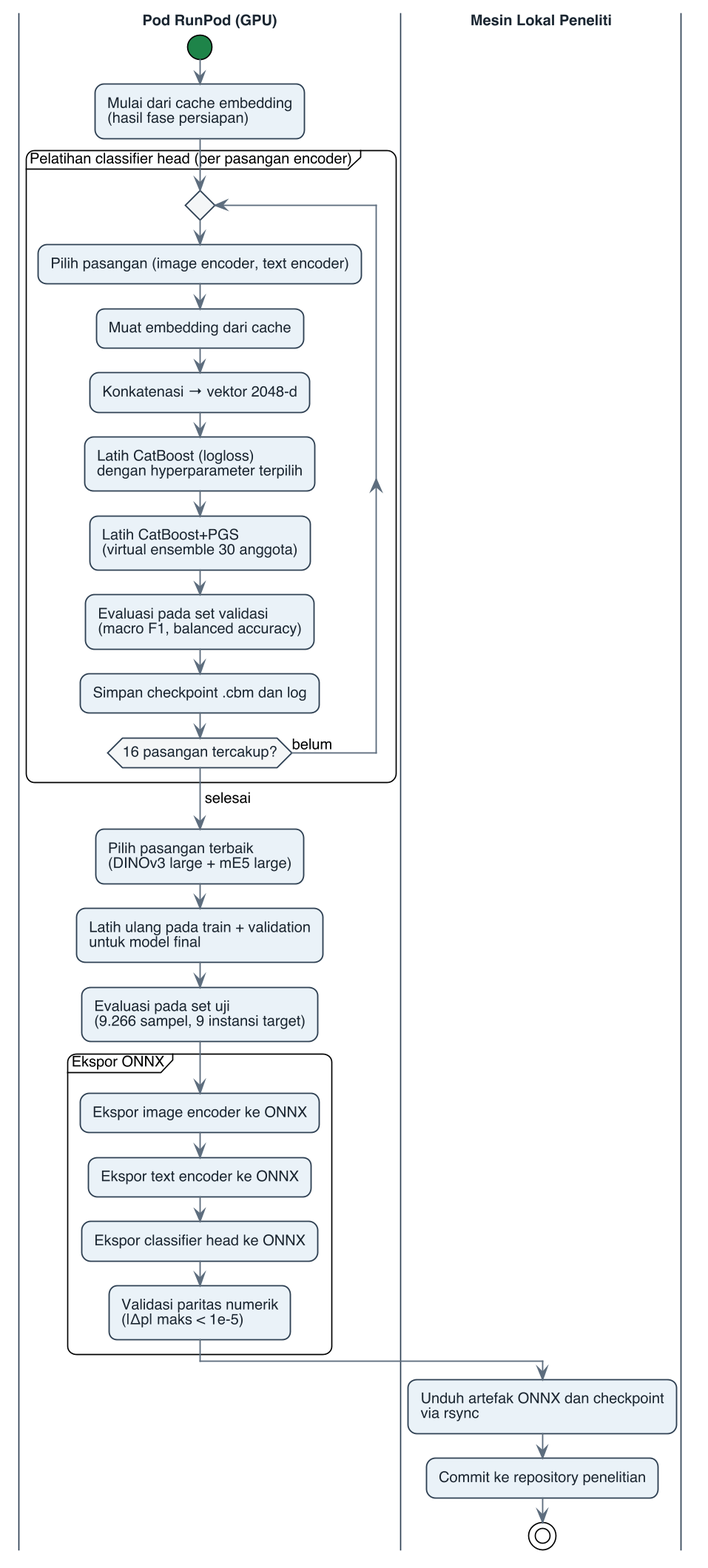
Above: Docs/images/bab_3/activity_runpod_train_export.png in 4arkeinlvy/Thesis- (PlantUML), before the change.
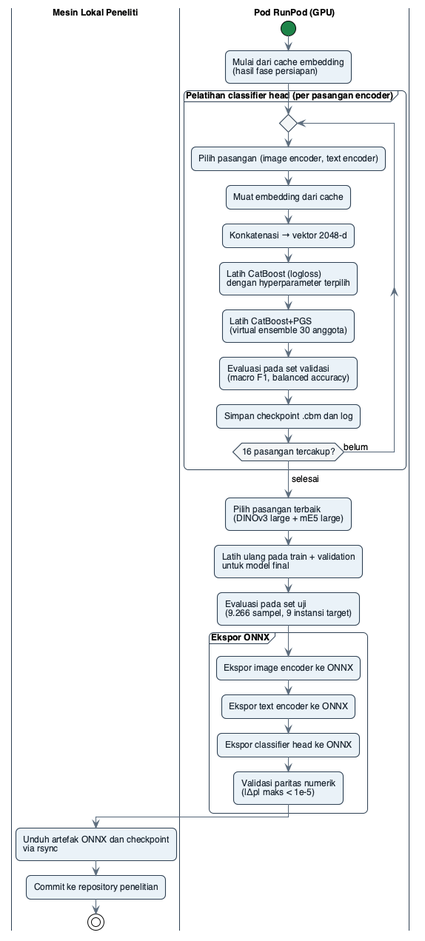
After the change.

What changed in the source:
```diff
@@ -1,32 +1,7 @@
 @startuml activity_runpod_train_export
-skinparamlocked dpi 160
-!theme plain
-skinparam backgroundColor #FFFFFF
-skinparam shadowing false
-skinparam defaultFontName "Helvetica"
-skinparam defaultFontSize 12
-skinparam ArrowColor #5D6D7E
-skinparam ArrowThickness 1.1
-skinparam roundCorner 14
-skinparam ActivityMargin 14
-skinparam activity {
-    BackgroundColor #EAF2F8
-    BorderColor #2E4053
-    BorderThickness 1.1
-    DiamondBackgroundColor #F4F6F7
-    DiamondBorderColor #2E4053
-    DiamondFontColor #1B2631
-    StartColor #1E8449
-    EndColor #7B241C
-    BarColor #2E4053
-    FontColor #1B2631
-}
-skinparam swimlane {
-    BorderColor #2E4053
-    TitleFontStyle bold
-    TitleFontColor #1B2631
-}
+!include _thesis_style.puml
 
+|Mesin Lokal Peneliti|
 |Pod RunPod (GPU)|
 start
 :Mulai dari cache embedding
```
